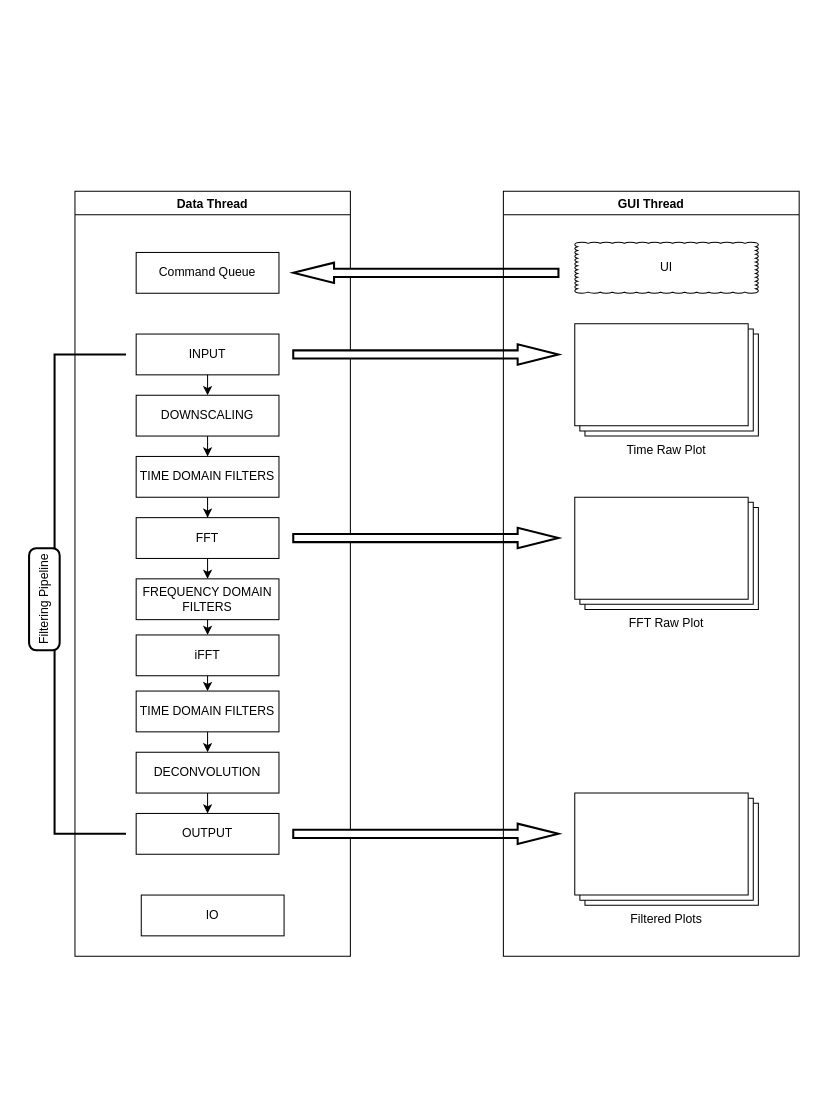
Above: paper/thz-image-explorer.drawio.xml in unibe-icelab/thz-image-explorer (draw.io), before the change. Source tidied: cells renumbered, new cells numbered last; positions are measured from the earlier drawing's top-left corner, leaving out a move shared by most shapes. Both pictures are drawn from the tidied source at 102%, with x=0, y=0 at pixel (-7, 191).
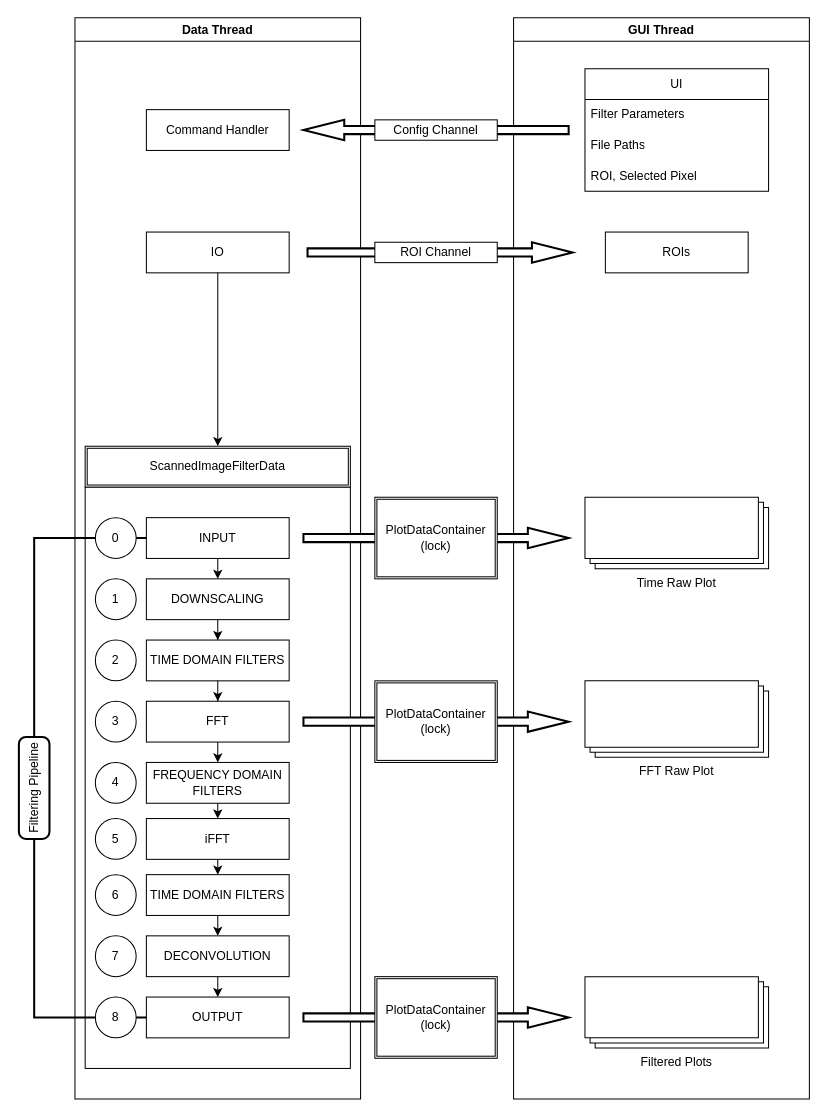
The same page after the edit.

Commit message (it also covers changes not shown here):
update architecture diagram

What changed in the source:
```diff
@@
     <mxCell id="2" value="Data Thread" style="swimlane;" parent="1" vertex="1">
-      <mxGeometry x="80" width="270" height="750" as="geometry" />
+      <mxGeometry x="80" y="-170" width="280" height="1060" as="geometry" />
     </mxCell>
-    <mxCell id="3" value="Command Queue" style="whiteSpace=wrap;html=1;" parent="2" vertex="1">
-      <mxGeometry x="60" y="60" width="140" height="40" as="geometry" />
+    <mxCell id="3" value="Command Handler" style="whiteSpace=wrap;html=1;" parent="2" vertex="1">
+      <mxGeometry x="70" y="90" width="140" height="40" as="geometry" />
     </mxCell>
+    <mxCell id="33" style="whiteSpace=wrap;html=1;" parent="2" vertex="1">
+      <mxGeometry x="10" y="460" width="260" height="570" as="geometry" />
+    </mxCell>
     <mxCell id="4" value="IO" style="whiteSpace=wrap;html=1;" parent="2" vertex="1">
-      <mxGeometry x="65" y="690" width="140" height="40" as="geometry" />
+      <mxGeometry x="70" y="210" width="140" height="40" as="geometry" />
     </mxCell>
+    <mxCell id="34" value="ScannedImageFilterData" style="shape=ext;double=1;rounded=0;whiteSpace=wrap;html=1;" parent="2" vertex="1">
+      <mxGeometry x="10" y="420" width="260" height="40" as="geometry" />
+    </mxCell>
+    <mxCell id="35" style="edgeStyle=orthogonalEdgeStyle;rounded=0;jettySize=auto;html=1;exitX=0.5;exitY=1;exitDx=0;exitDy=0;entryX=0.5;entryY=0;entryDx=0;entryDy=0;" parent="2" edge="1" source="4" target="34">
+      <mxGeometry relative="1" as="geometry" />
+    </mxCell>
+    <mxCell id="26" value="GUI Thread" style="swimlane;" parent="1" vertex="1">
+      <mxGeometry x="510" y="-170" width="290" height="1060" as="geometry" />
+    </mxCell>
+    <mxCell id="30" value="UI" style="swimlane;fontStyle=0;horizontal=1;startSize=30;whiteSpace=wrap;html=1;" parent="26" vertex="1">
+      <mxGeometry x="70" y="50" width="180" height="120" as="geometry" />
+    </mxCell>
+    <mxCell id="36" value="Filter Parameters" style="text;strokeColor=none;fillColor=none;align=left;verticalAlign=middle;spacingLeft=4;spacingRight=4;overflow=hidden;whiteSpace=wrap;html=1;" parent="30" vertex="1">
+      <mxGeometry y="30" width="180" height="30" as="geometry" />
+    </mxCell>
+    <mxCell id="37" value="File Paths" style="text;strokeColor=none;fillColor=none;align=left;verticalAlign=middle;spacingLeft=4;spacingRight=4;overflow=hidden;whiteSpace=wrap;html=1;" parent="30" vertex="1">
+      <mxGeometry y="60" width="180" height="30" as="geometry" />
+    </mxCell>
+    <mxCell id="38" value="ROI, Selected Pixel" style="text;strokeColor=none;fillColor=none;align=left;verticalAlign=middle;spacingLeft=4;spacingRight=4;overflow=hidden;whiteSpace=wrap;html=1;" parent="30" vertex="1">
+      <mxGeometry y="90" width="180" height="30" as="geometry" />
+    </mxCell>
-    <mxCell id="5" value="TIME DOMAIN FILTERS" style="whiteSpace=wrap;html=1;" parent="2" vertex="1">
-      <mxGeometry x="60" y="260" width="140" height="40" as="geometry" />
+    <mxCell id="5" value="TIME DOMAIN FILTERS" style="whiteSpace=wrap;html=1;" parent="26" vertex="1">
+      <mxGeometry x="-360" y="610" width="140" height="40" as="geometry" />
     </mxCell>
+    <mxCell id="27" value="FFT Raw Plot" style="verticalLabelPosition=bottom;verticalAlign=top;html=1;shape=mxgraph.basic.layered_rect;dx=10;whiteSpace=wrap;" parent="26" vertex="1">
+      <mxGeometry x="70" y="650" width="180" height="75" as="geometry" />
+    </mxCell>
+    <mxCell id="28" value="Filtered Plots" style="verticalLabelPosition=bottom;verticalAlign=top;html=1;shape=mxgraph.basic.layered_rect;dx=10;whiteSpace=wrap;" parent="26" vertex="1">
+      <mxGeometry x="70" y="940" width="180" height="70" as="geometry" />
+    </mxCell>
+    <mxCell id="29" value="Time Raw Plot" style="verticalLabelPosition=bottom;verticalAlign=top;html=1;shape=mxgraph.basic.layered_rect;dx=10;whiteSpace=wrap;" parent="26" vertex="1">
+      <mxGeometry x="70" y="470" width="180" height="70" as="geometry" />
+    </mxCell>
-    <mxCell id="6" style="edgeStyle=orthogonalEdgeStyle;rounded=0;jettySize=auto;html=1;exitX=0.5;exitY=1;exitDx=0;exitDy=0;entryX=0.5;entryY=0;entryDx=0;entryDy=0;" parent="1" edge="1" source="7" target="5">
+    <mxCell id="6" style="edgeStyle=orthogonalEdgeStyle;rounded=0;jettySize=auto;html=1;exitX=0.5;exitY=1;exitDx=0;exitDy=0;" parent="26" edge="1" source="7" target="5">
       <mxGeometry relative="1" as="geometry" />
     </mxCell>
-    <mxCell id="7" value="DOWNSCALING" style="whiteSpace=wrap;html=1;" parent="1" vertex="1">
-      <mxGeometry x="140" y="200" width="140" height="40" as="geometry" />
+    <mxCell id="7" value="DOWNSCALING" style="whiteSpace=wrap;html=1;" parent="26" vertex="1">
+      <mxGeometry x="-360" y="550" width="140" height="40" as="geometry" />
     </mxCell>
-    <mxCell id="8" style="edgeStyle=orthogonalEdgeStyle;rounded=0;jettySize=auto;html=1;exitX=0.5;exitY=1;exitDx=0;exitDy=0;entryX=0.5;entryY=0;entryDx=0;entryDy=0;" parent="1" edge="1" source="9" target="11">
+    <mxCell id="8" style="edgeStyle=orthogonalEdgeStyle;rounded=0;jettySize=auto;html=1;exitX=0.5;exitY=1;exitDx=0;exitDy=0;entryX=0.5;entryY=0;entryDx=0;entryDy=0;" parent="26" edge="1" source="9" target="11">
       <mxGeometry relative="1" as="geometry" />
     </mxCell>
-    <mxCell id="9" value="FFT" style="whiteSpace=wrap;html=1;" parent="1" vertex="1">
-      <mxGeometry x="140" y="320" width="140" height="40" as="geometry" />
+    <mxCell id="9" value="FFT" style="whiteSpace=wrap;html=1;" parent="26" vertex="1">
+      <mxGeometry x="-360" y="670" width="140" height="40" as="geometry" />
     </mxCell>
-    <mxCell id="10" style="edgeStyle=orthogonalEdgeStyle;rounded=0;jettySize=auto;html=1;exitX=0.5;exitY=1;exitDx=0;exitDy=0;entryX=0.5;entryY=0;entryDx=0;entryDy=0;" parent="1" edge="1" source="11" target="13">
+    <mxCell id="10" style="edgeStyle=orthogonalEdgeStyle;rounded=0;jettySize=auto;html=1;exitX=0.5;exitY=1;exitDx=0;exitDy=0;entryX=0.5;entryY=0;entryDx=0;entryDy=0;" parent="26" edge="1" source="11" target="13">
       <mxGeometry relative="1" as="geometry" />
     </mxCell>
-    <mxCell id="11" value="FREQUENCY DOMAIN FILTERS" style="whiteSpace=wrap;html=1;" parent="1" vertex="1">
-      <mxGeometry x="140" y="380" width="140" height="40" as="geometry" />
+    <mxCell id="11" value="FREQUENCY DOMAIN FILTERS" style="whiteSpace=wrap;html=1;" parent="26" vertex="1">
+      <mxGeometry x="-360" y="730" width="140" height="40" as="geometry" />
     </mxCell>
-    <mxCell id="12" style="edgeStyle=orthogonalEdgeStyle;rounded=0;jettySize=auto;html=1;exitX=0.5;exitY=1;exitDx=0;exitDy=0;entryX=0.5;entryY=0;entryDx=0;entryDy=0;" parent="1" edge="1" source="13" target="15">
+    <mxCell id="12" style="edgeStyle=orthogonalEdgeStyle;rounded=0;jettySize=auto;html=1;exitX=0.5;exitY=1;exitDx=0;exitDy=0;entryX=0.5;entryY=0;entryDx=0;entryDy=0;" parent="26" edge="1" source="13" target="15">
       <mxGeometry relative="1" as="geometry" />
     </mxCell>
-    <mxCell id="13" value="iFFT" style="whiteSpace=wrap;html=1;" parent="1" vertex="1">
-      <mxGeometry x="140" y="435" width="140" height="40" as="geometry" />
+    <mxCell id="13" value="iFFT" style="whiteSpace=wrap;html=1;" parent="26" vertex="1">
+      <mxGeometry x="-360" y="785" width="140" height="40" as="geometry" />
     </mxCell>
-    <mxCell id="14" style="edgeStyle=orthogonalEdgeStyle;rounded=0;jettySize=auto;html=1;exitX=0.5;exitY=1;exitDx=0;exitDy=0;entryX=0.5;entryY=0;entryDx=0;entryDy=0;" parent="1" edge="1" source="15" target="17">
+    <mxCell id="14" style="edgeStyle=orthogonalEdgeStyle;rounded=0;jettySize=auto;html=1;exitX=0.5;exitY=1;exitDx=0;exitDy=0;entryX=0.5;entryY=0;entryDx=0;entryDy=0;" parent="26" edge="1" source="15" target="17">
       <mxGeometry relative="1" as="geometry" />
     </mxCell>
-    <mxCell id="15" value="TIME DOMAIN FILTERS" style="whiteSpace=wrap;html=1;" parent="1" vertex="1">
-      <mxGeometry x="140" y="490" width="140" height="40" as="geometry" />
+    <mxCell id="15" value="TIME DOMAIN FILTERS" style="whiteSpace=wrap;html=1;" parent="26" vertex="1">
+      <mxGeometry x="-360" y="840" width="140" height="40" as="geometry" />
     </mxCell>
-    <mxCell id="16" style="edgeStyle=orthogonalEdgeStyle;rounded=0;jettySize=auto;html=1;exitX=0.5;exitY=1;exitDx=0;exitDy=0;entryX=0.5;entryY=0;entryDx=0;entryDy=0;" parent="1" edge="1" source="17" target="24">
+    <mxCell id="16" style="edgeStyle=orthogonalEdgeStyle;rounded=0;jettySize=auto;html=1;exitX=0.5;exitY=1;exitDx=0;exitDy=0;entryX=0.5;entryY=0;entryDx=0;entryDy=0;" parent="26" edge="1" source="17" target="24">
       <mxGeometry relative="1" as="geometry" />
     </mxCell>
-    <mxCell id="17" value="DECONVOLUTION" style="whiteSpace=wrap;html=1;" parent="1" vertex="1">
-      <mxGeometry x="140" y="550" width="140" height="40" as="geometry" />
+    <mxCell id="17" value="DECONVOLUTION" style="whiteSpace=wrap;html=1;" parent="26" vertex="1">
+      <mxGeometry x="-360" y="900" width="140" height="40" as="geometry" />
     </mxCell>
-    <mxCell id="18" style="strokeWidth=2;html=1;shape=mxgraph.flowchart.annotation_1;align=left;" parent="1" vertex="1">
-      <mxGeometry x="60" y="160" width="70" height="470" as="geometry" />
+    <mxCell id="18" style="strokeWidth=2;html=1;shape=mxgraph.flowchart.annotation_1;align=left;" parent="26" vertex="1">
+      <mxGeometry x="-470" y="510" width="120" height="470" as="geometry" />
     </mxCell>
-    <mxCell id="19" value="Filtering Pipeline" style="rounded=1;whiteSpace=wrap;html=1;absoluteArcSize=1;arcSize=14;strokeWidth=2;rotation=-90;" parent="1" vertex="1">
-      <mxGeometry y="385" width="100" height="30" as="geometry" />
-    </mxCell>
-    <mxCell id="20" style="verticalLabelPosition=bottom;verticalAlign=top;html=1;strokeWidth=2;shape=mxgraph.arrows2.arrow;dy=0.6;dx=40;notch=0;" parent="1" vertex="1">
-      <mxGeometry x="294" y="620" width="260" height="20" as="geometry" />
+    <mxCell id="20" style="verticalLabelPosition=bottom;verticalAlign=top;html=1;strokeWidth=2;shape=mxgraph.arrows2.arrow;dy=0.6;dx=40;notch=0;" parent="26" vertex="1">
+      <mxGeometry x="-206" y="970" width="260" height="20" as="geometry" />
     </mxCell>
-    <mxCell id="21" style="verticalLabelPosition=bottom;verticalAlign=top;html=1;strokeWidth=2;shape=mxgraph.arrows2.arrow;dy=0.6;dx=40;notch=0;" parent="1" vertex="1">
-      <mxGeometry x="294" y="330" width="260" height="20" as="geometry" />
+    <mxCell id="21" style="verticalLabelPosition=bottom;verticalAlign=top;html=1;strokeWidth=2;shape=mxgraph.arrows2.arrow;dy=0.6;dx=40;notch=0;" parent="26" vertex="1">
+      <mxGeometry x="-206" y="680" width="260" height="20" as="geometry" />
     </mxCell>
-    <mxCell id="22" style="verticalLabelPosition=bottom;verticalAlign=top;html=1;strokeWidth=2;shape=mxgraph.arrows2.arrow;dy=0.6;dx=40;notch=0;" parent="1" vertex="1">
-      <mxGeometry x="294" y="150" width="260" height="20" as="geometry" />
+    <mxCell id="22" style="verticalLabelPosition=bottom;verticalAlign=top;html=1;strokeWidth=2;shape=mxgraph.arrows2.arrow;dy=0.6;dx=40;notch=0;" parent="26" vertex="1">
+      <mxGeometry x="-206" y="500" width="260" height="20" as="geometry" />
     </mxCell>
-    <mxCell id="23" value="INPUT" style="whiteSpace=wrap;html=1;" parent="1" vertex="1">
-      <mxGeometry x="140" y="140" width="140" height="40" as="geometry" />
+    <mxCell id="23" value="INPUT" style="whiteSpace=wrap;html=1;" parent="26" vertex="1">
+      <mxGeometry x="-360" y="490" width="140" height="40" as="geometry" />
     </mxCell>
-    <mxCell id="24" value="OUTPUT" style="whiteSpace=wrap;html=1;" parent="1" vertex="1">
-      <mxGeometry x="140" y="610" width="140" height="40" as="geometry" />
+    <mxCell id="24" value="OUTPUT" style="whiteSpace=wrap;html=1;" parent="26" vertex="1">
+      <mxGeometry x="-360" y="960" width="140" height="40" as="geometry" />
     </mxCell>
-    <mxCell id="25" style="verticalLabelPosition=bottom;verticalAlign=top;html=1;strokeWidth=2;shape=mxgraph.arrows2.arrow;dy=0.6;dx=40;notch=0;rotation=-180;" parent="1" vertex="1">
-      <mxGeometry x="294" y="70" width="260" height="20" as="geometry" />
-    </mxCell>
-    <mxCell id="26" value="GUI Thread" style="swimlane;" parent="1" vertex="1">
-      <mxGeometry x="500" width="290" height="750" as="geometry" />
-    </mxCell>
-    <mxCell id="27" value="FFT Raw Plot" style="verticalLabelPosition=bottom;verticalAlign=top;html=1;shape=mxgraph.basic.layered_rect;dx=10;whiteSpace=wrap;" parent="26" vertex="1">
-      <mxGeometry x="70" y="300" width="180" height="110" as="geometry" />
-    </mxCell>
-    <mxCell id="28" value="Filtered Plots" style="verticalLabelPosition=bottom;verticalAlign=top;html=1;shape=mxgraph.basic.layered_rect;dx=10;whiteSpace=wrap;" parent="26" vertex="1">
-      <mxGeometry x="70" y="590" width="180" height="110" as="geometry" />
-    </mxCell>
-    <mxCell id="29" value="Time Raw Plot" style="verticalLabelPosition=bottom;verticalAlign=top;html=1;shape=mxgraph.basic.layered_rect;dx=10;whiteSpace=wrap;" parent="26" vertex="1">
-      <mxGeometry x="70" y="130" width="180" height="110" as="geometry" />
-    </mxCell>
-    <mxCell id="30" value="UI" style="whiteSpace=wrap;html=1;shape=mxgraph.basic.cloud_rect;" parent="26" vertex="1">
-      <mxGeometry x="70" y="50" width="180" height="50" as="geometry" />
-    </mxCell>
-    <mxCell id="31" style="edgeStyle=orthogonalEdgeStyle;rounded=0;jettySize=auto;html=1;exitX=0.5;exitY=1;exitDx=0;exitDy=0;entryX=0.5;entryY=0;entryDx=0;entryDy=0;" parent="1" edge="1" source="23" target="7">
+    <mxCell id="31" style="edgeStyle=orthogonalEdgeStyle;rounded=0;jettySize=auto;html=1;exitX=0.5;exitY=1;exitDx=0;exitDy=0;entryX=0.5;entryY=0;entryDx=0;entryDy=0;" parent="26" edge="1" source="23" target="7">
       <mxGeometry relative="1" as="geometry">
         <Array as="points">
-          <mxPoint x="210" y="190" />
-          <mxPoint x="210" y="190" />
+          <mxPoint x="-290" y="540" />
+          <mxPoint x="-290" y="540" />
         </Array>
       </mxGeometry>
     </mxCell>
-    <mxCell id="32" style="edgeStyle=orthogonalEdgeStyle;rounded=0;jettySize=auto;html=1;" parent="1" edge="1" source="5" target="9">
+    <mxCell id="32" style="edgeStyle=orthogonalEdgeStyle;rounded=0;jettySize=auto;html=1;" parent="26" edge="1" source="5" target="9">
       <mxGeometry relative="1" as="geometry" />
     </mxCell>
+    <mxCell id="39" value="PlotDataContainer (lock)" style="shape=ext;double=1;rounded=0;whiteSpace=wrap;html=1;" parent="26" vertex="1">
+      <mxGeometry x="-136" y="940" width="120" height="80" as="geometry" />
+    </mxCell>
+    <mxCell id="40" value="PlotDataContainer (lock)" style="shape=ext;double=1;rounded=0;whiteSpace=wrap;html=1;" parent="26" vertex="1">
+      <mxGeometry x="-136" y="650" width="120" height="80" as="geometry" />
+    </mxCell>
+    <mxCell id="41" value="PlotDataContainer (lock)" style="shape=ext;double=1;rounded=0;whiteSpace=wrap;html=1;" parent="26" vertex="1">
+      <mxGeometry x="-136" y="470" width="120" height="80" as="geometry" />
+    </mxCell>
+    <mxCell id="42" value="0" style="ellipse;whiteSpace=wrap;html=1;" parent="26" vertex="1">
+      <mxGeometry x="-410" y="490" width="40" height="40" as="geometry" />
+    </mxCell>
+    <mxCell id="43" value="1" style="ellipse;whiteSpace=wrap;html=1;" parent="26" vertex="1">
+      <mxGeometry x="-410" y="550" width="40" height="40" as="geometry" />
+    </mxCell>
+    <mxCell id="44" value="2" style="ellipse;whiteSpace=wrap;html=1;" parent="26" vertex="1">
+      <mxGeometry x="-410" y="610" width="40" height="40" as="geometry" />
+    </mxCell>
+    <mxCell id="45" value="3" style="ellipse;whiteSpace=wrap;html=1;" parent="26" vertex="1">
+      <mxGeometry x="-410" y="670" width="40" height="40" as="geometry" />
+    </mxCell>
+    <mxCell id="46" value="4" style="ellipse;whiteSpace=wrap;html=1;" parent="26" vertex="1">
+      <mxGeometry x="-410" y="730" width="40" height="40" as="geometry" />
+    </mxCell>
+    <mxCell id="47" value="5" style="ellipse;whiteSpace=wrap;html=1;" parent="26" vertex="1">
+      <mxGeometry x="-410" y="785" width="40" height="40" as="geometry" />
+    </mxCell>
+    <mxCell id="48" value="6" style="ellipse;whiteSpace=wrap;html=1;" parent="26" vertex="1">
+      <mxGeometry x="-410" y="840" width="40" height="40" as="geometry" />
+    </mxCell>
+    <mxCell id="49" value="7" style="ellipse;whiteSpace=wrap;html=1;" parent="26" vertex="1">
+      <mxGeometry x="-410" y="900" width="40" height="40" as="geometry" />
+    </mxCell>
+    <mxCell id="50" value="8" style="ellipse;whiteSpace=wrap;html=1;" parent="26" vertex="1">
+      <mxGeometry x="-410" y="960" width="40" height="40" as="geometry" />
+    </mxCell>
+    <mxCell id="19" value="Filtering Pipeline" style="rounded=1;whiteSpace=wrap;html=1;absoluteArcSize=1;arcSize=14;strokeWidth=2;rotation=-90;" parent="26" vertex="1">
+      <mxGeometry x="-520" y="740" width="100" height="30" as="geometry" />
+    </mxCell>
+    <mxCell id="51" value="ROIs" style="whiteSpace=wrap;html=1;" parent="26" vertex="1">
+      <mxGeometry x="90" y="210" width="140" height="40" as="geometry" />
+    </mxCell>
+    <mxCell id="52" style="verticalLabelPosition=bottom;verticalAlign=top;html=1;strokeWidth=2;shape=mxgraph.arrows2.arrow;dy=0.6;dx=40;notch=0;" parent="26" vertex="1">
+      <mxGeometry x="-202" y="220" width="260" height="20" as="geometry" />
+    </mxCell>
+    <mxCell id="25" style="verticalLabelPosition=bottom;verticalAlign=top;html=1;strokeWidth=2;shape=mxgraph.arrows2.arrow;dy=0.6;dx=40;notch=0;rotation=-180;" parent="1" vertex="1">
+      <mxGeometry x="304" y="-70" width="260" height="20" as="geometry" />
+    </mxCell>
+    <mxCell id="53" value="Config Channel" style="rounded=0;whiteSpace=wrap;html=1;" parent="1" vertex="1">
+      <mxGeometry x="374" y="-70" width="120" height="20" as="geometry" />
+    </mxCell>
+    <mxCell id="54" value="ROI Channel" style="rounded=0;whiteSpace=wrap;html=1;" parent="1" vertex="1">
+      <mxGeometry x="374" y="50" width="120" height="20" as="geometry" />
+    </mxCell>
```
